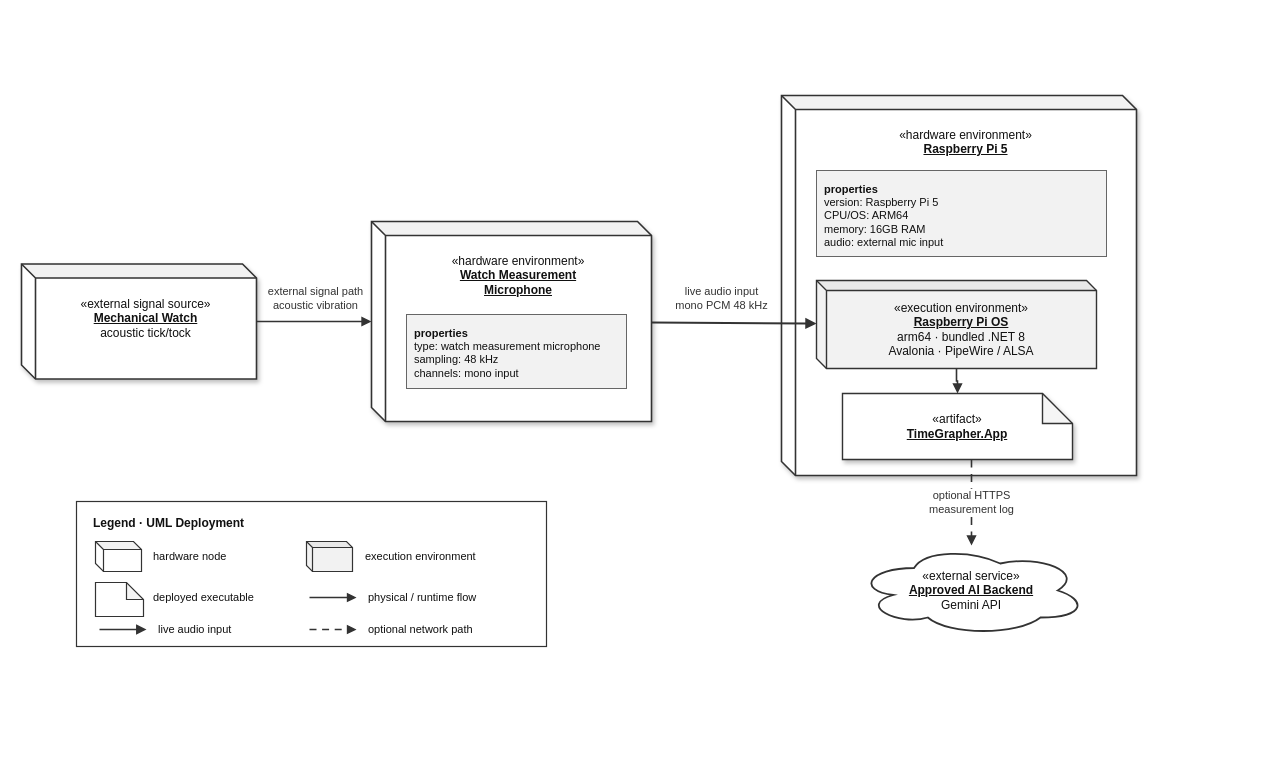
Earlier version of the draw.io diagram Milestone/assets/deployment-view-detailed-en.drawio (lgcmu2026-team5/TimeGrapher-Docs). Source tidied: cells renumbered, new cells numbered last; positions are measured from the earlier drawing's top-left corner, leaving out a move shared by most shapes. Both pictures are drawn from the tidied source at 100%, with x=0, y=0 at pixel (21, 95).
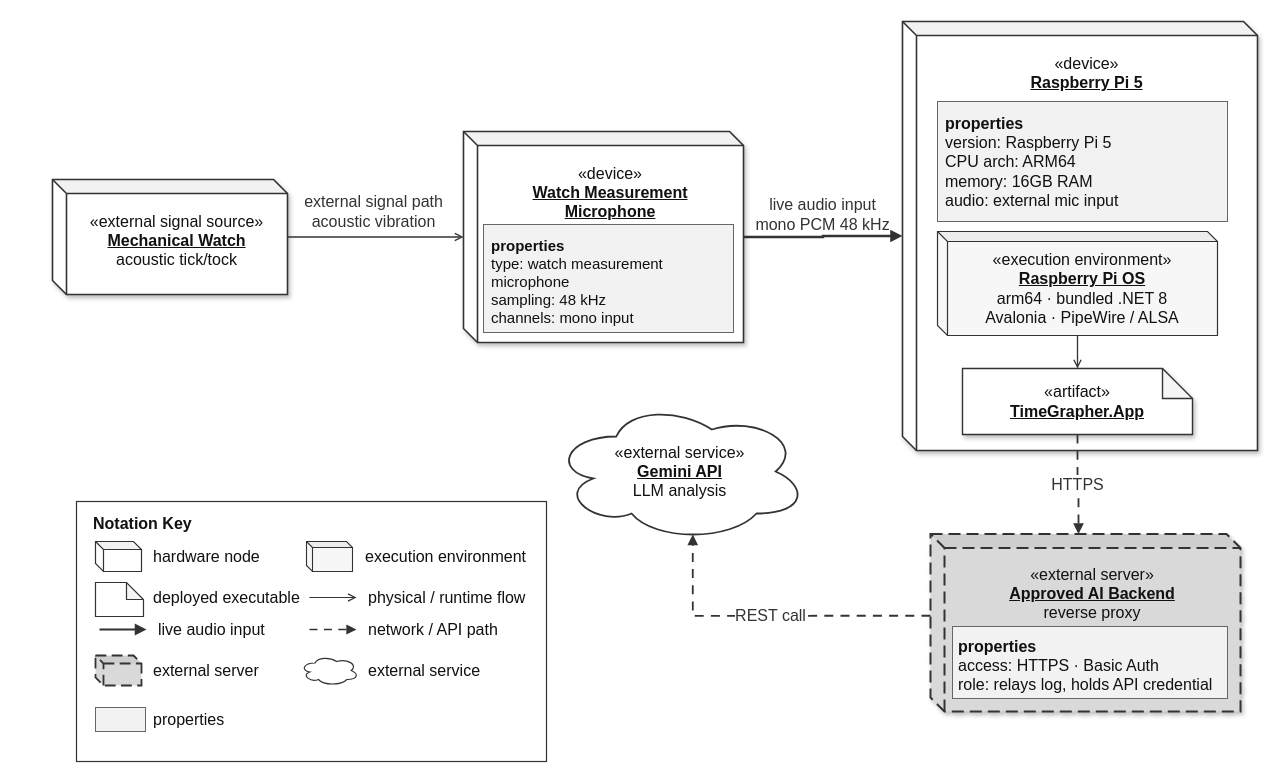
After the change.

Commit message (it also covers changes not shown here):
Update deployment view AI backend path

What changed in the source:
```diff
@@
-    <mxCell id="2" value="&amp;laquo;external signal source&amp;raquo;&lt;br&gt;&lt;b&gt;&lt;u&gt;Mechanical Watch&lt;/u&gt;&lt;/b&gt;&lt;br&gt;acoustic tick/tock" style="shape=cube;boundedLbl=1;backgroundOutline=1;darkOpacity=0.05;size=14;fillColor=#ffffff;strokeColor=#333333;strokeWidth=1.6;align=center;verticalAlign=top;spacingTop=12;shadow=1;whiteSpace=wrap;html=1;fontFamily=Helvetica;fontSize=12;fontColor=#111111;" parent="1" vertex="1">
-      <mxGeometry y="168.5" width="235" height="115" as="geometry" />
+    <mxCell id="2" value="«external signal source»&lt;br&gt;&lt;b&gt;&lt;u&gt;Mechanical Watch&lt;/u&gt;&lt;/b&gt;&lt;br&gt;acoustic tick/tock" style="shape=cube;boundedLbl=1;backgroundOutline=1;darkOpacity=0.05;size=14;fillColor=#ffffff;strokeColor=#333333;strokeWidth=1.6;align=center;verticalAlign=top;spacingTop=12;shadow=1;whiteSpace=wrap;html=1;fontFamily=Helvetica;fontSize=16;fontColor=#111111;" parent="1" vertex="1">
+      <mxGeometry x="31" y="84" width="235" height="115" as="geometry" />
     </mxCell>
-    <mxCell id="3" value="external signal path&lt;br&gt;acoustic vibration" style="text;html=1;strokeColor=none;fillColor=none;align=center;verticalAlign=middle;fontFamily=Helvetica;fontSize=11;fontColor=#333333;" parent="1" vertex="1">
-      <mxGeometry x="234" y="181" width="120" height="44" as="geometry" />
+    <mxCell id="3" value="external signal path&lt;br&gt;acoustic vibration" style="text;html=1;strokeColor=none;fillColor=none;align=center;verticalAlign=middle;fontFamily=Helvetica;fontSize=16;fontColor=#333333;" parent="1" vertex="1">
+      <mxGeometry x="292" y="94" width="120" height="44" as="geometry" />
     </mxCell>
-    <mxCell id="4" value="&amp;laquo;hardware environment&amp;raquo;&lt;br&gt;&lt;b&gt;&lt;u&gt;Watch Measurement&lt;br&gt;Microphone&lt;/u&gt;&lt;/b&gt;" style="shape=cube;boundedLbl=1;backgroundOutline=1;darkOpacity=0.05;size=14;fillColor=#ffffff;strokeColor=#333333;strokeWidth=1.6;align=center;verticalAlign=top;spacingTop=12;shadow=1;whiteSpace=wrap;html=1;fontFamily=Helvetica;fontSize=12;fontColor=#111111;" parent="1" vertex="1">
-      <mxGeometry x="350" y="126" width="280" height="200" as="geometry" />
+    <mxCell id="4" value="«device»&lt;br&gt;&lt;b&gt;&lt;u&gt;Watch Measurement&lt;br&gt;Microphone&lt;/u&gt;&lt;/b&gt;" style="shape=cube;boundedLbl=1;backgroundOutline=1;darkOpacity=0.05;size=14;fillColor=#ffffff;strokeColor=#333333;strokeWidth=1.6;align=center;verticalAlign=top;spacingTop=12;shadow=1;whiteSpace=wrap;html=1;fontFamily=Helvetica;fontSize=16;fontColor=#111111;" parent="1" vertex="1">
+      <mxGeometry x="442" y="36" width="280" height="211" as="geometry" />
     </mxCell>
-    <mxCell id="5" value="&lt;b&gt;properties&lt;/b&gt;&lt;br&gt;type: watch measurement microphone&lt;br&gt;sampling: 48 kHz&lt;br&gt;channels: mono input" style="rounded=0;whiteSpace=wrap;html=1;fillColor=#f2f2f2;strokeColor=#666666;strokeWidth=1;fontFamily=Helvetica;fontSize=11;align=left;verticalAlign=top;spacing=8;fontColor=#111111;" parent="1" vertex="1">
-      <mxGeometry x="385" y="219" width="220" height="74" as="geometry" />
+    <mxCell id="5" value="&lt;b&gt;properties&lt;/b&gt;&lt;br&gt;type: watch measurement microphone&lt;br&gt;sampling: 48 kHz&lt;br&gt;channels: mono input" style="rounded=0;whiteSpace=wrap;html=1;fillColor=#f2f2f2;strokeColor=#666666;strokeWidth=1;fontFamily=Helvetica;fontSize=15;align=left;verticalAlign=top;spacing=8;fontColor=#111111;" parent="1" vertex="1">
+      <mxGeometry x="462" y="129" width="250" height="108" as="geometry" />
     </mxCell>
-    <mxCell id="6" value="&amp;laquo;hardware environment&amp;raquo;&lt;br&gt;&lt;b&gt;&lt;u&gt;Raspberry Pi 5&lt;/u&gt;&lt;/b&gt;" style="shape=cube;boundedLbl=1;backgroundOutline=1;darkOpacity=0.05;size=14;fillColor=#ffffff;strokeColor=#333333;strokeWidth=1.6;align=center;verticalAlign=top;spacingTop=12;shadow=1;whiteSpace=wrap;html=1;fontFamily=Helvetica;fontSize=12;fontColor=#111111;" parent="1" vertex="1">
-      <mxGeometry x="760" width="355" height="380" as="geometry" />
+    <mxCell id="6" value="«device»&lt;br&gt;&lt;b&gt;&lt;u&gt;Raspberry Pi 5&lt;/u&gt;&lt;/b&gt;" style="shape=cube;boundedLbl=1;backgroundOutline=1;darkOpacity=0.05;size=14;fillColor=#ffffff;strokeColor=#333333;strokeWidth=1.6;align=center;verticalAlign=top;spacingTop=12;shadow=1;whiteSpace=wrap;html=1;fontFamily=Helvetica;fontSize=16;fontColor=#111111;" parent="1" vertex="1">
+      <mxGeometry x="881" y="-74" width="355" height="429" as="geometry" />
     </mxCell>
-    <mxCell id="7" value="&lt;b&gt;properties&lt;/b&gt;&lt;br&gt;version: Raspberry Pi 5&lt;br&gt;CPU/OS: ARM64&lt;br&gt;memory: 16GB RAM&lt;br&gt;audio: external mic input" style="rounded=0;whiteSpace=wrap;html=1;fillColor=#f2f2f2;strokeColor=#666666;strokeWidth=1;fontFamily=Helvetica;fontSize=11;align=left;verticalAlign=top;spacing=8;fontColor=#111111;" parent="1" vertex="1">
-      <mxGeometry x="795" y="75" width="290" height="86" as="geometry" />
+    <mxCell id="7" value="&lt;b&gt;properties&lt;/b&gt;&lt;br&gt;version: Raspberry Pi 5&lt;br&gt;CPU arch: ARM64&lt;br&gt;memory: 16GB RAM&lt;br&gt;audio: external mic input" style="rounded=0;whiteSpace=wrap;html=1;fillColor=#f2f2f2;strokeColor=#666666;strokeWidth=1;fontFamily=Helvetica;fontSize=16;align=left;verticalAlign=top;spacing=8;fontColor=#111111;" parent="1" vertex="1">
+      <mxGeometry x="916" y="6" width="290" height="120" as="geometry" />
     </mxCell>
-    <mxCell id="8" value="&amp;laquo;execution environment&amp;raquo;&lt;br&gt;&lt;b&gt;&lt;u&gt;Raspberry Pi OS&lt;/u&gt;&lt;/b&gt;&lt;br&gt;arm64 · bundled .NET 8&lt;br&gt;Avalonia · PipeWire / ALSA" style="shape=cube;boundedLbl=1;backgroundOutline=1;darkOpacity=0.04;size=10;fillColor=#f2f2f2;strokeColor=#333333;strokeWidth=1.4;align=center;verticalAlign=middle;whiteSpace=wrap;html=1;fontFamily=Helvetica;fontSize=12;fontColor=#111111;" parent="1" vertex="1">
-      <mxGeometry x="795" y="185" width="280" height="88" as="geometry" />
+    <mxCell id="8" value="«execution environment»&lt;br&gt;&lt;b&gt;&lt;u&gt;Raspberry Pi OS&lt;/u&gt;&lt;/b&gt;&lt;br&gt;arm64 · bundled .NET 8&lt;br&gt;Avalonia · PipeWire / ALSA" style="shape=cube;boundedLbl=1;backgroundOutline=1;darkOpacity=0.04;size=10;fillColor=#f7f7f7;strokeColor=#333333;strokeWidth=1.2;align=center;verticalAlign=middle;whiteSpace=wrap;html=1;fontFamily=Helvetica;fontSize=16;fontColor=#111111;" parent="1" vertex="1">
+      <mxGeometry x="916" y="136" width="280" height="104" as="geometry" />
     </mxCell>
-    <mxCell id="9" value="&amp;laquo;artifact&amp;raquo;&lt;br&gt;&lt;b&gt;&lt;u&gt;TimeGrapher.App&lt;/u&gt;&lt;/b&gt;" style="shape=note;backgroundOutline=1;darkOpacity=0.04;fillColor=#ffffff;strokeColor=#333333;strokeWidth=1.4;align=center;verticalAlign=middle;shadow=1;whiteSpace=wrap;html=1;fontFamily=Helvetica;fontSize=12;fontColor=#111111;" parent="1" vertex="1">
-      <mxGeometry x="821" y="298" width="230" height="66" as="geometry" />
+    <mxCell id="9" value="«artifact»&lt;br&gt;&lt;b&gt;&lt;u&gt;TimeGrapher.App&lt;/u&gt;&lt;/b&gt;" style="shape=note;backgroundOutline=1;darkOpacity=0.04;fillColor=#ffffff;strokeColor=#333333;strokeWidth=1.4;align=center;verticalAlign=middle;shadow=1;whiteSpace=wrap;html=1;fontFamily=Helvetica;fontSize=16;fontColor=#111111;" parent="1" vertex="1">
+      <mxGeometry x="941" y="273" width="230" height="66" as="geometry" />
     </mxCell>
+    <mxCell id="30" value="«external server»&lt;br&gt;&lt;b&gt;&lt;u&gt;Approved AI Backend&lt;/u&gt;&lt;/b&gt;&lt;br&gt;reverse proxy" style="shape=cube;boundedLbl=1;backgroundOutline=1;darkOpacity=0.05;size=14;fillColor=#d9d9d9;strokeColor=#333333;strokeWidth=2;dashed=1;dashPattern=6 3;align=center;verticalAlign=top;spacingTop=10;shadow=1;whiteSpace=wrap;html=1;fontFamily=Helvetica;fontSize=16;fontColor=#111111;" parent="1" vertex="1">
+      <mxGeometry x="909" y="438.5" width="310" height="177.5" as="geometry" />
+    </mxCell>
+    <mxCell id="31" value="&lt;b&gt;properties&lt;/b&gt;&lt;br&gt;access: HTTPS · Basic Auth&lt;br&gt;role: relays log, holds API credential" style="rounded=0;whiteSpace=wrap;html=1;fillColor=#f2f2f2;strokeColor=#666666;strokeWidth=1;fontFamily=Helvetica;fontSize=16;align=left;verticalAlign=top;spacing=6;fontColor=#111111;" parent="1" vertex="1">
+      <mxGeometry x="931" y="531" width="275" height="72" as="geometry" />
+    </mxCell>
-    <mxCell id="10" value="&amp;laquo;external service&amp;raquo;&lt;br&gt;&lt;b&gt;&lt;u&gt;Approved AI Backend&lt;/u&gt;&lt;/b&gt;&lt;br&gt;Gemini API" style="shape=cloud;fillColor=#ffffff;strokeColor=#333333;strokeWidth=1.8;align=center;verticalAlign=middle;whiteSpace=wrap;html=1;fontFamily=Helvetica;fontSize=12;fontColor=#111111;" parent="1" vertex="1">
-      <mxGeometry x="835" y="450" width="230" height="90" as="geometry" />
+    <mxCell id="10" value="«external service»&lt;br&gt;&lt;b&gt;&lt;u&gt;Gemini API&lt;/u&gt;&lt;/b&gt;&lt;br&gt;LLM analysis" style="shape=cloud;fillColor=#ffffff;strokeColor=#333333;strokeWidth=1.8;align=center;verticalAlign=middle;whiteSpace=wrap;html=1;fontFamily=Helvetica;fontSize=16;fontColor=#111111;" parent="1" vertex="1">
+      <mxGeometry x="531" y="306" width="255" height="140" as="geometry" />
     </mxCell>
-    <mxCell id="11" style="edgeStyle=orthogonalEdgeStyle;rounded=0;html=1;endArrow=block;endFill=1;startArrow=none;strokeColor=#333333;strokeWidth=1.6;fontFamily=Helvetica;fontSize=11;fontColor=#333333;" parent="1" edge="1" source="2" target="4">
+    <mxCell id="11" style="edgeStyle=orthogonalEdgeStyle;rounded=0;html=1;endArrow=open;endFill=0;startArrow=none;strokeColor=#333333;strokeWidth=1.3;fontFamily=Helvetica;fontSize=11;fontColor=#333333;" parent="1" edge="1" source="2" target="4">
       <mxGeometry relative="1" as="geometry" />
     </mxCell>
-    <mxCell id="12" style="rounded=0;html=1;endArrow=block;endFill=1;startArrow=none;strokeColor=#333333;strokeWidth=2;fontFamily=Helvetica;fontSize=11;fontColor=#333333;" parent="1" edge="1" source="4" target="8">
+    <mxCell id="12" style="edgeStyle=orthogonalEdgeStyle;rounded=0;html=1;endArrow=block;endFill=1;startArrow=none;strokeColor=#333333;strokeWidth=2.4;fontFamily=Helvetica;fontSize=11;fontColor=#333333;entryX=0;entryY=0.5;entryDx=0;entryDy=0;" parent="1" edge="1" source="4" target="6">
       <mxGeometry relative="1" as="geometry" />
     </mxCell>
-    <mxCell id="13" value="live audio input&lt;br&gt;mono PCM 48 kHz" style="text;html=1;strokeColor=none;fillColor=none;align=center;verticalAlign=middle;fontFamily=Helvetica;fontSize=11;fontColor=#333333;" parent="1" vertex="1">
-      <mxGeometry x="620" y="184" width="160" height="38" as="geometry" />
+    <mxCell id="13" value="live audio input&lt;br&gt;mono PCM 48 kHz" style="text;html=1;strokeColor=none;fillColor=none;align=center;verticalAlign=middle;fontFamily=Helvetica;fontSize=16;fontColor=#333333;" parent="1" vertex="1">
+      <mxGeometry x="721" y="100" width="160" height="38" as="geometry" />
     </mxCell>
-    <mxCell id="14" style="edgeStyle=orthogonalEdgeStyle;rounded=0;html=1;endArrow=block;endFill=1;startArrow=none;strokeColor=#333333;strokeWidth=1.6;fontFamily=Helvetica;fontSize=11;fontColor=#333333;" parent="1" edge="1" source="8" target="9">
+    <mxCell id="14" style="edgeStyle=orthogonalEdgeStyle;rounded=0;html=1;endArrow=open;endFill=0;startArrow=none;strokeColor=#333333;strokeWidth=1.3;fontFamily=Helvetica;fontSize=11;fontColor=#333333;" parent="1" edge="1" source="8" target="9">
       <mxGeometry relative="1" as="geometry" />
     </mxCell>
-    <mxCell id="15" value="optional HTTPS&lt;br&gt;measurement log" style="edgeStyle=orthogonalEdgeStyle;rounded=0;html=1;endArrow=block;endFill=1;startArrow=none;strokeColor=#333333;strokeWidth=1.6;fontFamily=Helvetica;fontSize=11;fontColor=#333333;dashed=1;dashPattern=5 4;" parent="1" edge="1" source="9" target="10">
-      <mxGeometry relative="1" as="geometry">
-        <Array as="points">
-          <mxPoint x="950" y="390" />
-        </Array>
-      </mxGeometry>
-    </mxCell>
+    <mxCell id="32" value="HTTPS" style="edgeStyle=orthogonalEdgeStyle;rounded=0;html=1;endArrow=block;endFill=1;startArrow=none;strokeColor=#333333;strokeWidth=1.8;fontFamily=Helvetica;fontSize=16;fontColor=#333333;dashed=1;dashPattern=5 4;exitX=0.5;exitY=1;exitDx=0;exitDy=0;entryX=0;entryY=0;entryDx=148;entryDy=0;entryPerimeter=0;" parent="1" edge="1" source="9" target="30">
+      <mxGeometry relative="1" as="geometry" />
+    </mxCell>
+    <mxCell id="33" value="REST call" style="edgeStyle=orthogonalEdgeStyle;rounded=0;html=1;endArrow=block;endFill=1;startArrow=none;strokeColor=#333333;strokeWidth=1.8;fontFamily=Helvetica;fontSize=16;fontColor=#333333;dashed=1;dashPattern=5 4;exitX=0;exitY=0;exitDx=0;exitDy=81.75;entryX=0.55;entryY=0.95;entryDx=0;entryDy=0;entryPerimeter=0;exitPerimeter=0;" parent="1" edge="1" source="30" target="10">
+      <mxGeometry relative="1" as="geometry">
+        <Array as="points">
+          <mxPoint x="671" y="520" />
+        </Array>
+      </mxGeometry>
+    </mxCell>
-    <mxCell id="16" style="rounded=0;whiteSpace=wrap;html=1;fillColor=#ffffff;strokeColor=#333333;strokeWidth=1.2;fontFamily=Helvetica;fontSize=11;align=left;verticalAlign=top;spacing=8;fontColor=#111111;" parent="1" vertex="1">
-      <mxGeometry x="55" y="406" width="470" height="145" as="geometry" />
+    <mxCell id="16" style="rounded=0;whiteSpace=wrap;html=1;fillColor=#ffffff;strokeColor=#333333;strokeWidth=1.2;fontFamily=Helvetica;fontSize=16;align=left;verticalAlign=top;spacing=8;fontColor=#111111;" parent="1" vertex="1">
+      <mxGeometry x="55" y="406" width="470" height="260" as="geometry" />
     </mxCell>
-    <mxCell id="17" value="Legend · UML Deployment" style="text;html=1;strokeColor=none;fillColor=none;align=left;verticalAlign=middle;fontFamily=Helvetica;fontSize=12;fontColor=#111111;fontStyle=1;" parent="1" vertex="1">
-      <mxGeometry x="70" y="417" width="210" height="22" as="geometry" />
+    <mxCell id="17" value="Notation Key" style="text;html=1;strokeColor=none;fillColor=none;align=left;verticalAlign=middle;fontFamily=Helvetica;fontSize=16;fontColor=#111111;fontStyle=1;" parent="1" vertex="1">
+      <mxGeometry x="70" y="417" width="250" height="22" as="geometry" />
     </mxCell>
-    <mxCell id="18" style="shape=cube;boundedLbl=1;backgroundOutline=1;darkOpacity=0.05;size=8;fillColor=#ffffff;strokeColor=#333333;strokeWidth=1.2;align=center;verticalAlign=middle;whiteSpace=wrap;html=1;fontFamily=Helvetica;fontSize=8;fontColor=#111111;" parent="1" vertex="1">
+    <mxCell id="18" style="shape=cube;boundedLbl=1;backgroundOutline=1;darkOpacity=0.05;size=8;fillColor=#ffffff;strokeColor=#333333;strokeWidth=1.2;align=center;verticalAlign=middle;whiteSpace=wrap;html=1;fontFamily=Helvetica;fontSize=16;fontColor=#111111;" parent="1" vertex="1">
       <mxGeometry x="74" y="446" width="46" height="30" as="geometry" />
     </mxCell>
-    <mxCell id="19" value="hardware node" style="text;html=1;strokeColor=none;fillColor=none;align=left;verticalAlign=middle;fontFamily=Helvetica;fontSize=11;fontColor=#111111;" parent="1" vertex="1">
+    <mxCell id="19" value="hardware node" style="text;html=1;strokeColor=none;fillColor=none;align=left;verticalAlign=middle;fontFamily=Helvetica;fontSize=16;fontColor=#111111;" parent="1" vertex="1">
       <mxGeometry x="130" y="446" width="125" height="30" as="geometry" />
     </mxCell>
-    <mxCell id="20" style="shape=cube;boundedLbl=1;backgroundOutline=1;darkOpacity=0.04;size=6;fillColor=#f2f2f2;strokeColor=#333333;strokeWidth=1.2;align=center;verticalAlign=middle;whiteSpace=wrap;html=1;fontFamily=Helvetica;fontSize=8;fontColor=#111111;" parent="1" vertex="1">
+    <mxCell id="20" style="shape=cube;boundedLbl=1;backgroundOutline=1;darkOpacity=0.04;size=6;fillColor=#f7f7f7;strokeColor=#333333;strokeWidth=1.1;align=center;verticalAlign=middle;whiteSpace=wrap;html=1;fontFamily=Helvetica;fontSize=16;fontColor=#111111;" parent="1" vertex="1">
       <mxGeometry x="285" y="446" width="46" height="30" as="geometry" />
     </mxCell>
-    <mxCell id="21" value="execution environment" style="text;html=1;strokeColor=none;fillColor=none;align=left;verticalAlign=middle;fontFamily=Helvetica;fontSize=11;fontColor=#111111;" parent="1" vertex="1">
+    <mxCell id="21" value="execution environment" style="text;html=1;strokeColor=none;fillColor=none;align=left;verticalAlign=middle;fontFamily=Helvetica;fontSize=16;fontColor=#111111;" parent="1" vertex="1">
       <mxGeometry x="342" y="446" width="150" height="30" as="geometry" />
     </mxCell>
-    <mxCell id="22" style="shape=note;backgroundOutline=1;darkOpacity=0.04;fillColor=#ffffff;strokeColor=#333333;strokeWidth=1.2;align=center;verticalAlign=middle;whiteSpace=wrap;html=1;fontFamily=Helvetica;fontSize=8;fontColor=#111111;size=17;" parent="1" vertex="1">
+    <mxCell id="22" style="shape=note;backgroundOutline=1;darkOpacity=0.04;fillColor=#ffffff;strokeColor=#333333;strokeWidth=1.2;align=center;verticalAlign=middle;whiteSpace=wrap;html=1;fontFamily=Helvetica;fontSize=16;fontColor=#111111;size=17;" parent="1" vertex="1">
       <mxGeometry x="74" y="487" width="48" height="34" as="geometry" />
     </mxCell>
-    <mxCell id="23" value="deployed executable" style="text;html=1;strokeColor=none;fillColor=none;align=left;verticalAlign=middle;fontFamily=Helvetica;fontSize=11;fontColor=#111111;" parent="1" vertex="1">
+    <mxCell id="23" value="deployed executable" style="text;html=1;strokeColor=none;fillColor=none;align=left;verticalAlign=middle;fontFamily=Helvetica;fontSize=16;fontColor=#111111;" parent="1" vertex="1">
       <mxGeometry x="130" y="487" width="145" height="30" as="geometry" />
     </mxCell>
-    <mxCell id="24" style="endArrow=block;endFill=1;startArrow=none;strokeColor=#333333;strokeWidth=1.4;fontFamily=Helvetica;fontSize=11;fontColor=#333333;html=1;rounded=0;" parent="1" edge="1">
+    <mxCell id="24" style="endArrow=open;endFill=0;startArrow=none;strokeColor=#333333;strokeWidth=1.2;fontFamily=Helvetica;fontSize=16;fontColor=#333333;html=1;rounded=0;" parent="1" edge="1">
       <mxGeometry relative="1" as="geometry">
         <mxPoint x="288" y="502" as="sourcePoint" />
         <mxPoint x="335" y="502" as="targetPoint" />
       </mxGeometry>
     </mxCell>
-    <mxCell id="25" value="physical / runtime flow" style="text;html=1;strokeColor=none;fillColor=none;align=left;verticalAlign=middle;fontFamily=Helvetica;fontSize=11;fontColor=#111111;" parent="1" vertex="1">
+    <mxCell id="25" value="physical / runtime flow" style="text;html=1;strokeColor=none;fillColor=none;align=left;verticalAlign=middle;fontFamily=Helvetica;fontSize=16;fontColor=#111111;" parent="1" vertex="1">
       <mxGeometry x="345" y="487" width="155" height="30" as="geometry" />
     </mxCell>
-    <mxCell id="26" style="endArrow=block;endFill=1;startArrow=none;strokeColor=#333333;strokeWidth=1.7;fontFamily=Helvetica;fontSize=11;fontColor=#333333;html=1;rounded=0;" parent="1" edge="1">
+    <mxCell id="26" style="endArrow=block;endFill=1;startArrow=none;strokeColor=#333333;strokeWidth=2.2;fontFamily=Helvetica;fontSize=16;fontColor=#333333;html=1;rounded=0;" parent="1" edge="1">
       <mxGeometry relative="1" as="geometry">
         <mxPoint x="78" y="534" as="sourcePoint" />
         <mxPoint x="125" y="534" as="targetPoint" />
       </mxGeometry>
     </mxCell>
-    <mxCell id="27" value="live audio input" style="text;html=1;strokeColor=none;fillColor=none;align=left;verticalAlign=middle;fontFamily=Helvetica;fontSize=11;fontColor=#111111;" parent="1" vertex="1">
+    <mxCell id="27" value="live audio input" style="text;html=1;strokeColor=none;fillColor=none;align=left;verticalAlign=middle;fontFamily=Helvetica;fontSize=16;fontColor=#111111;" parent="1" vertex="1">
       <mxGeometry x="135" y="519" width="140" height="30" as="geometry" />
     </mxCell>
-    <mxCell id="28" style="endArrow=block;endFill=1;startArrow=none;strokeColor=#333333;strokeWidth=1.4;fontFamily=Helvetica;fontSize=11;fontColor=#333333;html=1;rounded=0;dashed=1;dashPattern=5 4;" parent="1" edge="1">
+    <mxCell id="28" style="endArrow=block;endFill=1;startArrow=none;strokeColor=#333333;strokeWidth=1.6;fontFamily=Helvetica;fontSize=16;fontColor=#333333;html=1;rounded=0;dashed=1;dashPattern=5 4;" parent="1" edge="1">
       <mxGeometry relative="1" as="geometry">
         <mxPoint x="288" y="534" as="sourcePoint" />
         <mxPoint x="335" y="534" as="targetPoint" />
       </mxGeometry>
     </mxCell>
-    <mxCell id="29" value="optional network path" style="text;html=1;strokeColor=none;fillColor=none;align=left;verticalAlign=middle;fontFamily=Helvetica;fontSize=11;fontColor=#111111;" parent="1" vertex="1">
+    <mxCell id="29" value="network / API path" style="text;html=1;strokeColor=none;fillColor=none;align=left;verticalAlign=middle;fontFamily=Helvetica;fontSize=16;fontColor=#111111;" parent="1" vertex="1">
       <mxGeometry x="345" y="519" width="155" height="30" as="geometry" />
     </mxCell>
+    <mxCell id="34" style="shape=cube;boundedLbl=1;backgroundOutline=1;darkOpacity=0.05;size=8;fillColor=#d9d9d9;strokeColor=#333333;strokeWidth=1.8;dashed=1;dashPattern=6 3;align=center;verticalAlign=middle;whiteSpace=wrap;html=1;fontFamily=Helvetica;fontSize=16;fontColor=#111111;" parent="1" vertex="1">
+      <mxGeometry x="74" y="560" width="46" height="30" as="geometry" />
+    </mxCell>
+    <mxCell id="35" value="external server" style="text;html=1;strokeColor=none;fillColor=none;align=left;verticalAlign=middle;fontFamily=Helvetica;fontSize=16;fontColor=#111111;" parent="1" vertex="1">
+      <mxGeometry x="130" y="560" width="135" height="30" as="geometry" />
+    </mxCell>
+    <mxCell id="36" style="shape=cloud;fillColor=#ffffff;strokeColor=#333333;strokeWidth=1.2;align=center;verticalAlign=middle;whiteSpace=wrap;html=1;fontFamily=Helvetica;fontSize=16;fontColor=#111111;" parent="1" vertex="1">
+      <mxGeometry x="279" y="560" width="58" height="30" as="geometry" />
+    </mxCell>
+    <mxCell id="37" value="external service" style="text;html=1;strokeColor=none;fillColor=none;align=left;verticalAlign=middle;fontFamily=Helvetica;fontSize=16;fontColor=#111111;" parent="1" vertex="1">
+      <mxGeometry x="345" y="560" width="135" height="30" as="geometry" />
+    </mxCell>
+    <mxCell id="38" style="rounded=0;whiteSpace=wrap;html=1;fillColor=#f2f2f2;strokeColor=#666666;strokeWidth=1;fontFamily=Helvetica;fontSize=16;align=center;verticalAlign=middle;fontColor=#111111;" parent="1" vertex="1">
+      <mxGeometry x="74" y="612" width="50" height="24" as="geometry" />
+    </mxCell>
+    <mxCell id="39" value="properties" style="text;html=1;strokeColor=none;fillColor=none;align=left;verticalAlign=middle;fontFamily=Helvetica;fontSize=16;fontColor=#111111;" parent="1" vertex="1">
+      <mxGeometry x="130" y="609" width="120" height="30" as="geometry" />
+    </mxCell>
```
